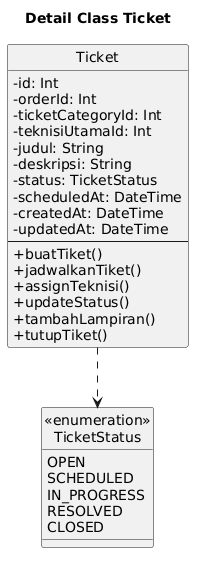
Earlier version of the PlantUML export docs/plantuml/detail-classes/detail-class-ticket.png (janbu12/nemafi-be).
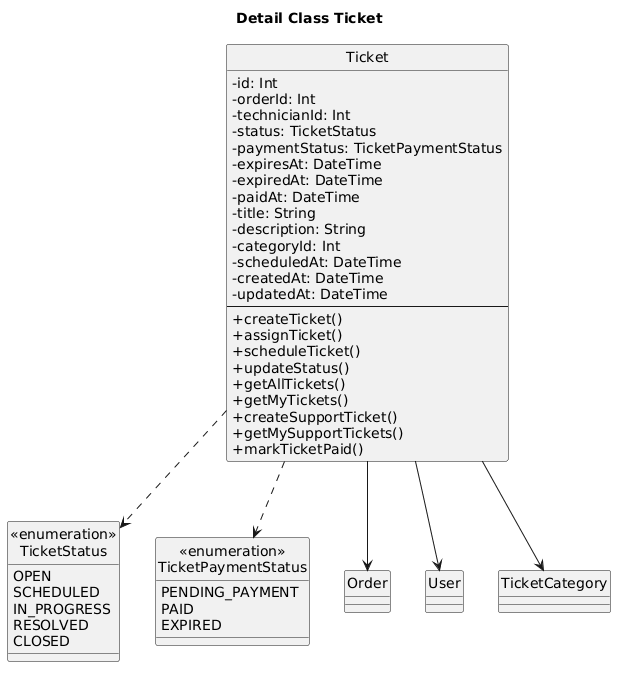
The same file after the commit.

The edit, as a diff of the source:
```diff
@@ -2,26 +2,35 @@
 title Detail Class Ticket
 
 skinparam classAttributeIconSize 0
+skinparam shadowing false
+skinparam defaultFontName "Times New Roman"
 hide circle
 
 class Ticket {
   - id: Int
   - orderId: Int
-  - ticketCategoryId: Int
-  - teknisiUtamaId: Int
-  - judul: String
-  - deskripsi: String
+  - technicianId: Int
   - status: TicketStatus
+  - paymentStatus: TicketPaymentStatus
+  - expiresAt: DateTime
+  - expiredAt: DateTime
+  - paidAt: DateTime
+  - title: String
+  - description: String
+  - categoryId: Int
   - scheduledAt: DateTime
   - createdAt: DateTime
   - updatedAt: DateTime
   --
-  + buatTiket()
-  + jadwalkanTiket()
-  + assignTeknisi()
+  + createTicket()
+  + assignTicket()
+  + scheduleTicket()
   + updateStatus()
-  + tambahLampiran()
-  + tutupTiket()
+  + getAllTickets()
+  + getMyTickets()
+  + createSupportTicket()
+  + getMySupportTickets()
+  + markTicketPaid()
 }
 
 class "«enumeration»\nTicketStatus" as TicketStatus {
@@ -32,5 +41,15 @@
   CLOSED
 }
 
+class "«enumeration»\nTicketPaymentStatus" as TicketPaymentStatus {
+  PENDING_PAYMENT
+  PAID
+  EXPIRED
+}
+
 Ticket ..> TicketStatus
+Ticket ..> TicketPaymentStatus
+Ticket --> Order
+Ticket --> User
+Ticket --> TicketCategory
 @enduml
```
